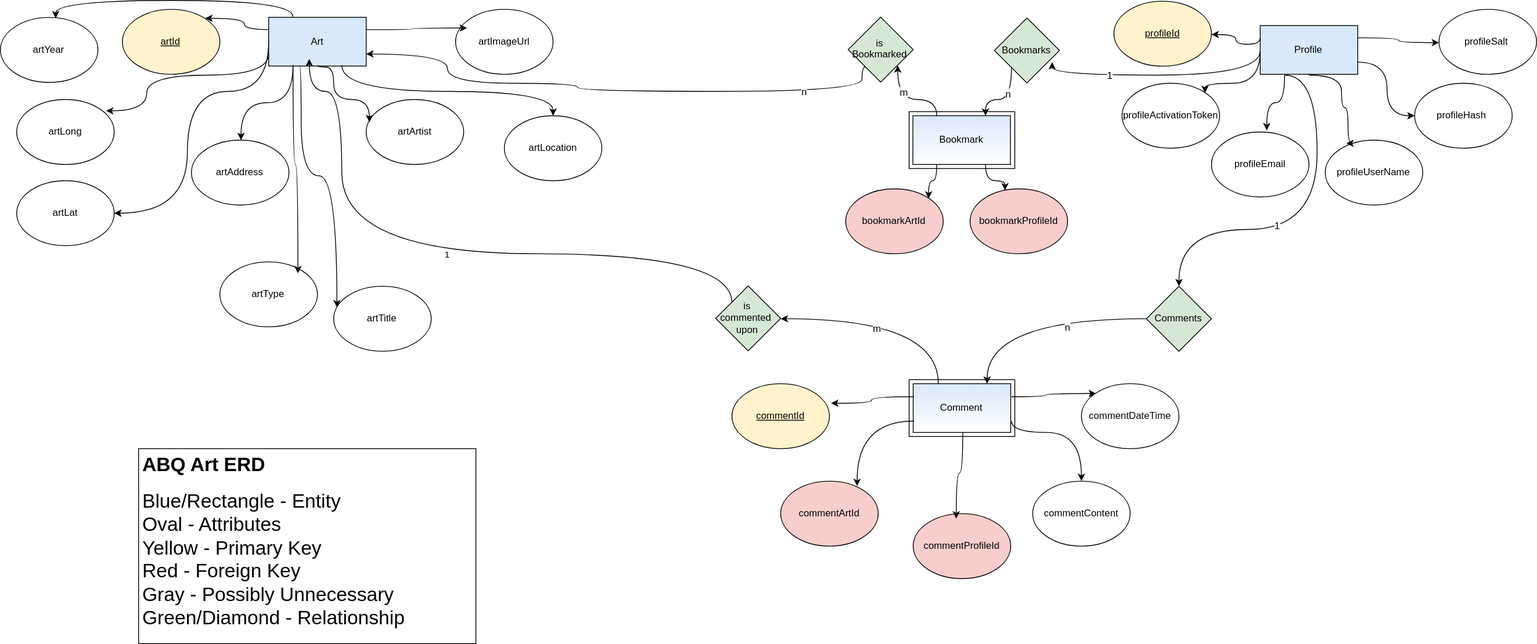
The draw.io diagram epic/erd.svg in samanthaandrews/abq-street-art, before a commit. Source tidied: cells renumbered, new cells last; positions are measured from the earlier drawing's top-left corner, leaving out a move shared by most shapes.
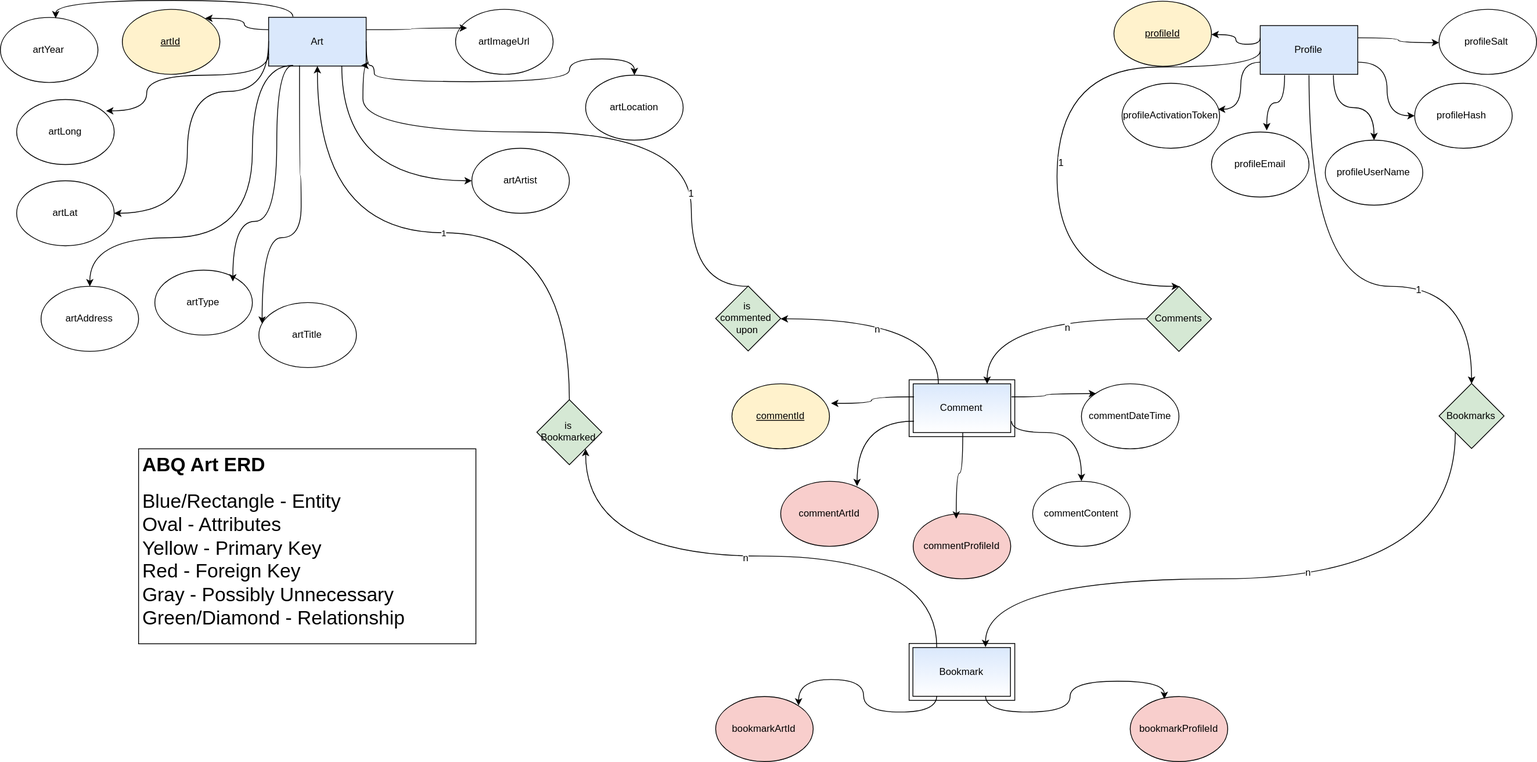
Above is the later version.

Commit message:
updated relationships on erd

Change to the diagram source:
```diff
@@ -5,3 +5,3 @@
     <mxCell id="2" value="Bookmark" style="rounded=0;whiteSpace=wrap;html=1;fillColor=#dae8fc;strokeColor=#000000;gradientColor=#ffffff;strokeWidth=1;" parent="1" vertex="1">
-      <mxGeometry x="1122.7" y="141" width="120" height="60" as="geometry" />
+      <mxGeometry x="1122.7" y="795.6" width="120" height="60" as="geometry" />
     </mxCell>
@@ -10,2 +10,31 @@
     </mxCell>
+    <mxCell id="35" style="edgeStyle=orthogonalEdgeStyle;curved=1;html=1;exitX=0;exitY=0.75;entryX=0.985;entryY=0.405;entryPerimeter=0;jettySize=auto;strokeColor=#000000;strokeWidth=1;" parent="1" edge="1" source="4" target="20">
+      <mxGeometry relative="1" as="geometry" />
+    </mxCell>
+    <mxCell id="57" style="edgeStyle=orthogonalEdgeStyle;curved=1;html=1;exitX=0;exitY=0.5;entryX=0.5;entryY=0;jettySize=auto;strokeColor=#000000;strokeWidth=1;" parent="1" edge="1" source="4" target="30">
+      <mxGeometry relative="1" as="geometry">
+        <Array as="points">
+          <mxPoint x="1550" y="81" />
+          <mxPoint x="1300" y="81" />
+          <mxPoint x="1300" y="351" />
+        </Array>
+      </mxGeometry>
+    </mxCell>
+    <mxCell id="74" value="1" style="text;html=1;align=center;verticalAlign=middle;labelBackgroundColor=#ffffff;" parent="57" vertex="1">
+      <mxGeometry x="0.12" y="4" relative="1" as="geometry" />
+    </mxCell>
+    <mxCell id="37" style="edgeStyle=orthogonalEdgeStyle;curved=1;html=1;exitX=0.75;exitY=1;entryX=0.5;entryY=0;jettySize=auto;strokeColor=#000000;strokeWidth=1;" parent="1" edge="1" source="4" target="17">
+      <mxGeometry relative="1" as="geometry" />
+    </mxCell>
+    <mxCell id="40" style="edgeStyle=orthogonalEdgeStyle;curved=1;html=1;exitX=0.5;exitY=1;entryX=0.5;entryY=0;jettySize=auto;strokeColor=#000000;strokeWidth=1;" parent="1" edge="1" source="4" target="29">
+      <mxGeometry relative="1" as="geometry">
+        <Array as="points">
+          <mxPoint x="1610" y="351" />
+          <mxPoint x="1810" y="351" />
+        </Array>
+      </mxGeometry>
+    </mxCell>
+    <mxCell id="75" value="1" style="text;html=1;align=center;verticalAlign=middle;labelBackgroundColor=#ffffff;" parent="40" vertex="1">
+      <mxGeometry x="0.36" y="-3" relative="1" as="geometry" />
+    </mxCell>
     <mxCell id="4" value="Profile" style="rounded=0;whiteSpace=wrap;html=1;fillColor=#dae8fc;strokeColor=#000000;strokeWidth=1;" parent="1" vertex="1">
@@ -13,2 +42,5 @@
     </mxCell>
+    <mxCell id="50" style="edgeStyle=orthogonalEdgeStyle;curved=1;html=1;exitX=0.75;exitY=1;entryX=0;entryY=0.5;jettySize=auto;strokeColor=#000000;strokeWidth=1;" parent="1" edge="1" source="5" target="15">
+      <mxGeometry relative="1" as="geometry" />
+    </mxCell>
     <mxCell id="5" value="Art" style="rounded=0;whiteSpace=wrap;html=1;fillColor=#dae8fc;strokeColor=#000000;strokeWidth=1;" parent="1" vertex="1">
@@ -17,3 +49,3 @@
     <mxCell id="6" value="artLocation" style="ellipse;whiteSpace=wrap;html=1;gradientColor=#ffffff;strokeColor=#000000;strokeWidth=1;" parent="1" vertex="1">
-      <mxGeometry x="620" y="141" width="120" height="80" as="geometry" />
+      <mxGeometry x="720" y="91" width="120" height="80" as="geometry" />
     </mxCell>
@@ -29,6 +61,6 @@
     <mxCell id="10" value="artAddress" style="ellipse;whiteSpace=wrap;html=1;gradientColor=#ffffff;strokeColor=#000000;strokeWidth=1;" parent="1" vertex="1">
-      <mxGeometry x="235" y="171" width="120" height="80" as="geometry" />
+      <mxGeometry x="50" y="351" width="120" height="80" as="geometry" />
     </mxCell>
     <mxCell id="11" value="artTitle" style="ellipse;whiteSpace=wrap;html=1;gradientColor=#ffffff;strokeColor=#000000;strokeWidth=1;" parent="1" vertex="1">
-      <mxGeometry x="410" y="350.8" width="120" height="80" as="geometry" />
+      <mxGeometry x="318" y="370.8" width="120" height="80" as="geometry" />
     </mxCell>
@@ -38,3 +70,3 @@
     <mxCell id="13" value="artType" style="ellipse;whiteSpace=wrap;html=1;gradientColor=#ffffff;strokeColor=#000000;strokeWidth=1;" parent="1" vertex="1">
-      <mxGeometry x="270" y="321" width="120" height="80" as="geometry" />
+      <mxGeometry x="190" y="331" width="120" height="80" as="geometry" />
     </mxCell>
@@ -44,3 +76,3 @@
     <mxCell id="15" value="artArtist" style="ellipse;whiteSpace=wrap;html=1;gradientColor=#ffffff;strokeColor=#000000;strokeWidth=1;" parent="1" vertex="1">
-      <mxGeometry x="450" y="121" width="120" height="80" as="geometry" />
+      <mxGeometry x="580" y="181" width="120" height="80" as="geometry" />
     </mxCell>
@@ -53,6 +85,6 @@
     <mxCell id="18" value="bookmarkProfileId" style="ellipse;whiteSpace=wrap;html=1;fillColor=#f8cecc;strokeColor=#000000;strokeWidth=1;" parent="1" vertex="1">
-      <mxGeometry x="1192.7" y="231" width="120" height="80" as="geometry" />
+      <mxGeometry x="1389.7" y="856" width="120" height="80" as="geometry" />
     </mxCell>
     <mxCell id="19" value="bookmarkArtId" style="ellipse;whiteSpace=wrap;html=1;fillColor=#f8cecc;strokeColor=#000000;strokeWidth=1;" parent="1" vertex="1">
-      <mxGeometry x="1040" y="230.7" width="120" height="80" as="geometry" />
+      <mxGeometry x="880" y="855.7" width="120" height="80" as="geometry" />
     </mxCell>
@@ -86,3 +118,3 @@
     <mxCell id="29" value="Bookmarks" style="rhombus;whiteSpace=wrap;html=1;fillColor=#d5e8d4;strokeColor=#000000;strokeWidth=1;" parent="1" vertex="1">
-      <mxGeometry x="1223" y="20.6" width="80" height="80" as="geometry" />
+      <mxGeometry x="1770" y="470.6" width="80" height="80" as="geometry" />
     </mxCell>
@@ -91,2 +123,14 @@
     </mxCell>
+    <mxCell id="76" style="edgeStyle=orthogonalEdgeStyle;curved=1;html=1;exitX=0.5;exitY=0;entryX=0.957;entryY=0.973;entryPerimeter=0;jettySize=auto;strokeColor=#000000;strokeWidth=1;" parent="1" edge="1" source="31" target="5">
+      <mxGeometry relative="1" as="geometry">
+        <Array as="points">
+          <mxPoint x="850" y="351" />
+          <mxPoint x="850" y="161" />
+          <mxPoint x="445" y="161" />
+        </Array>
+      </mxGeometry>
+    </mxCell>
+    <mxCell id="77" value="1" style="text;html=1;align=center;verticalAlign=middle;labelBackgroundColor=#ffffff;" parent="76" vertex="1">
+      <mxGeometry x="-0.5" y="1" relative="1" as="geometry" />
+    </mxCell>
     <mxCell id="31" value="is commented&amp;nbsp;&lt;div&gt;upon&lt;/div&gt;" style="rhombus;whiteSpace=wrap;html=1;fillColor=#d5e8d4;strokeColor=#000000;strokeWidth=1;" parent="1" vertex="1">
@@ -94,4 +138,7 @@
     </mxCell>
+    <mxCell id="78" value="1" style="edgeStyle=orthogonalEdgeStyle;curved=1;html=1;exitX=0.5;exitY=0;jettySize=auto;strokeColor=#000000;strokeWidth=1;" parent="1" edge="1" source="32" target="5">
+      <mxGeometry relative="1" as="geometry" />
+    </mxCell>
     <mxCell id="32" value="is Bookmarked" style="rhombus;whiteSpace=wrap;html=1;fillColor=#d5e8d4;strokeColor=#000000;strokeWidth=1;" parent="1" vertex="1">
-      <mxGeometry x="1043" y="19.6" width="80" height="80" as="geometry" />
+      <mxGeometry x="660" y="490.6" width="80" height="80" as="geometry" />
     </mxCell>
@@ -109,10 +156,2 @@
     </mxCell>
-    <mxCell id="35" style="edgeStyle=orthogonalEdgeStyle;html=1;exitX=0;exitY=0.5;entryX=1;entryY=0;jettySize=auto;strokeColor=#000000;strokeWidth=1;curved=1;" parent="1" edge="1" source="4" target="20">
-      <mxGeometry relative="1" as="geometry">
-        <Array as="points">
-          <mxPoint x="1550" y="101" />
-          <mxPoint x="1482" y="101" />
-        </Array>
-      </mxGeometry>
-    </mxCell>
     <mxCell id="36" style="edgeStyle=orthogonalEdgeStyle;html=1;exitX=0.25;exitY=1;entryX=0.573;entryY=-0.025;entryPerimeter=0;jettySize=auto;strokeColor=#000000;strokeWidth=1;curved=1;" parent="1" edge="1" source="4" target="22">
@@ -120,11 +159,2 @@
     </mxCell>
-    <mxCell id="37" style="edgeStyle=orthogonalEdgeStyle;html=1;exitX=0.5;exitY=1;entryX=0.223;entryY=0.05;entryPerimeter=0;jettySize=auto;strokeColor=#000000;strokeWidth=1;curved=1;" parent="1" edge="1" source="4" target="17">
-      <mxGeometry relative="1" as="geometry">
-        <Array as="points">
-          <mxPoint x="1650" y="90" />
-          <mxPoint x="1650" y="131" />
-          <mxPoint x="1657" y="131" />
-        </Array>
-      </mxGeometry>
-    </mxCell>
     <mxCell id="38" style="edgeStyle=orthogonalEdgeStyle;html=1;exitX=1;exitY=0.75;entryX=0;entryY=0.5;jettySize=auto;strokeColor=#000000;strokeWidth=1;curved=1;" parent="1" edge="1" source="4" target="21">
@@ -135,19 +165,13 @@
     </mxCell>
-    <mxCell id="40" style="edgeStyle=orthogonalEdgeStyle;html=1;exitX=0;exitY=0.5;entryX=0.875;entryY=0.68;entryPerimeter=0;jettySize=auto;strokeColor=#000000;strokeWidth=1;curved=1;" parent="1" edge="1" source="4" target="29">
-      <mxGeometry relative="1" as="geometry">
-        <Array as="points">
-          <mxPoint x="1550" y="91" />
-          <mxPoint x="1293" y="91" />
-        </Array>
-      </mxGeometry>
-    </mxCell>
-    <mxCell id="41" value="1" style="text;html=1;align=center;verticalAlign=middle;labelBackgroundColor=#ffffff;" parent="40" vertex="1">
-      <mxGeometry x="0.42" y="-1" relative="1" as="geometry" />
-    </mxCell>
     <mxCell id="42" style="edgeStyle=orthogonalEdgeStyle;html=1;exitX=0;exitY=1;entryX=0.75;entryY=0;jettySize=auto;strokeColor=#000000;strokeWidth=1;curved=1;" parent="1" edge="1" source="29" target="2">
-      <mxGeometry relative="1" as="geometry" />
+      <mxGeometry relative="1" as="geometry">
+        <Array as="points">
+          <mxPoint x="1790" y="711" />
+          <mxPoint x="1212" y="711" />
+        </Array>
+      </mxGeometry>
     </mxCell>
-    <mxCell id="43" value="n" style="text;html=1;align=center;verticalAlign=middle;labelBackgroundColor=#ffffff;" parent="42" vertex="1">
-      <mxGeometry x="-0.31" y="-5" relative="1" as="geometry" />
-    </mxCell>
+    <mxCell id="79" value="n" style="text;html=1;align=center;verticalAlign=middle;labelBackgroundColor=#ffffff;" parent="42" vertex="1">
+      <mxGeometry x="-0.14" y="-9" relative="1" as="geometry" />
+    </mxCell>
     <mxCell id="44" style="edgeStyle=orthogonalEdgeStyle;html=1;exitX=0.25;exitY=0;entryX=1;entryY=1;jettySize=auto;strokeColor=#000000;strokeWidth=1;curved=1;" parent="1" edge="1" source="2" target="32">
@@ -155,21 +179,5 @@
     </mxCell>
-    <mxCell id="45" value="m" style="text;html=1;align=center;verticalAlign=middle;labelBackgroundColor=#ffffff;" parent="44" vertex="1">
-      <mxGeometry x="0.42" y="-7" relative="1" as="geometry" />
-    </mxCell>
-    <mxCell id="46" style="edgeStyle=orthogonalEdgeStyle;html=1;entryX=1;entryY=0.75;jettySize=auto;strokeColor=#000000;strokeWidth=1;curved=1;" parent="1" edge="1" target="5">
-      <mxGeometry relative="1" as="geometry">
-        <mxPoint x="1064" y="81" as="sourcePoint" />
-        <Array as="points">
-          <mxPoint x="1060" y="81" />
-          <mxPoint x="1060" y="111" />
-          <mxPoint x="710" y="111" />
-          <mxPoint x="710" y="101" />
-          <mxPoint x="550" y="101" />
-          <mxPoint x="550" y="65" />
-        </Array>
-      </mxGeometry>
-    </mxCell>
-    <mxCell id="47" value="n" style="text;html=1;align=center;verticalAlign=middle;labelBackgroundColor=#ffffff;" parent="46" vertex="1">
-      <mxGeometry x="-0.69" y="-1" relative="1" as="geometry" />
-    </mxCell>
+    <mxCell id="80" value="n" style="text;html=1;align=center;verticalAlign=middle;labelBackgroundColor=#ffffff;" parent="44" vertex="1">
+      <mxGeometry x="0.03" y="1" relative="1" as="geometry" />
+    </mxCell>
     <mxCell id="48" style="edgeStyle=orthogonalEdgeStyle;html=1;exitX=1;exitY=0.25;entryX=0.117;entryY=0.275;entryPerimeter=0;jettySize=auto;strokeColor=#000000;strokeWidth=1;curved=1;" parent="1" edge="1" source="5" target="8">
@@ -177,14 +185,14 @@
     </mxCell>
-    <mxCell id="49" style="edgeStyle=orthogonalEdgeStyle;html=1;exitX=0.75;exitY=1;entryX=0.5;entryY=0;jettySize=auto;strokeColor=#000000;strokeWidth=1;curved=1;" parent="1" edge="1" source="5" target="6">
-      <mxGeometry relative="1" as="geometry" />
+    <mxCell id="49" style="edgeStyle=orthogonalEdgeStyle;html=1;entryX=0.5;entryY=0;jettySize=auto;strokeColor=#000000;strokeWidth=1;curved=1;" parent="1" edge="1" target="6">
+      <mxGeometry relative="1" as="geometry">
+        <mxPoint x="450" y="49" as="sourcePoint" />
+        <Array as="points">
+          <mxPoint x="460" y="79" />
+          <mxPoint x="460" y="99" />
+          <mxPoint x="700" y="99" />
+          <mxPoint x="700" y="71" />
+          <mxPoint x="780" y="71" />
+        </Array>
+      </mxGeometry>
     </mxCell>
-    <mxCell id="50" style="edgeStyle=orthogonalEdgeStyle;html=1;exitX=0.5;exitY=1;entryX=0.033;entryY=0.35;entryPerimeter=0;jettySize=auto;curved=1;strokeColor=#000000;strokeWidth=1;" parent="1" edge="1" source="5" target="15">
-      <mxGeometry relative="1" as="geometry">
-        <Array as="points">
-          <mxPoint x="410" y="80" />
-          <mxPoint x="410" y="121" />
-          <mxPoint x="454" y="121" />
-        </Array>
-      </mxGeometry>
-    </mxCell>
     <mxCell id="51" style="edgeStyle=orthogonalEdgeStyle;html=1;exitX=0;exitY=0.5;jettySize=auto;strokeColor=#000000;strokeWidth=1;curved=1;" parent="1" edge="1" source="5" target="12">
@@ -218,14 +226,2 @@
     </mxCell>
-    <mxCell id="57" style="edgeStyle=orthogonalEdgeStyle;html=1;exitX=0.25;exitY=1;entryX=0.5;entryY=0;jettySize=auto;strokeColor=#000000;strokeWidth=1;curved=1;" parent="1" edge="1" source="4" target="30">
-      <mxGeometry relative="1" as="geometry">
-        <Array as="points">
-          <mxPoint x="1620" y="90" />
-          <mxPoint x="1620" y="281" />
-          <mxPoint x="1450" y="281" />
-        </Array>
-      </mxGeometry>
-    </mxCell>
-    <mxCell id="58" value="1" style="text;html=1;align=center;verticalAlign=middle;labelBackgroundColor=#ffffff;" parent="57" vertex="1">
-      <mxGeometry x="0.19" y="-6" relative="1" as="geometry" />
-    </mxCell>
     <mxCell id="59" style="edgeStyle=orthogonalEdgeStyle;html=1;exitX=0;exitY=0.5;entryX=0.75;entryY=0;jettySize=auto;strokeColor=#000000;strokeWidth=1;curved=1;" parent="1" edge="1" source="30" target="3">
@@ -259,3 +255,3 @@
     </mxCell>
-    <mxCell id="67" value="m" style="text;html=1;align=center;verticalAlign=middle;labelBackgroundColor=#ffffff;" parent="66" vertex="1">
+    <mxCell id="67" value="n" style="text;html=1;align=center;verticalAlign=middle;labelBackgroundColor=#ffffff;" parent="66" vertex="1">
       <mxGeometry x="0.13" y="11" relative="1" as="geometry" />
@@ -263,3 +259,9 @@
     <mxCell id="68" style="edgeStyle=orthogonalEdgeStyle;curved=1;html=1;exitX=0.25;exitY=1;entryX=0.798;entryY=0.175;entryPerimeter=0;jettySize=auto;strokeColor=#000000;strokeWidth=1;" parent="1" edge="1" source="5" target="13">
-      <mxGeometry relative="1" as="geometry" />
+      <mxGeometry relative="1" as="geometry">
+        <Array as="points">
+          <mxPoint x="340" y="79" />
+          <mxPoint x="340" y="271" />
+          <mxPoint x="286" y="271" />
+        </Array>
+      </mxGeometry>
     </mxCell>
@@ -268,4 +270,6 @@
         <Array as="points">
-          <mxPoint x="369" y="215" />
-          <mxPoint x="414" y="215" />
+          <mxPoint x="368" y="215" />
+          <mxPoint x="370" y="215" />
+          <mxPoint x="370" y="291" />
+          <mxPoint x="322" y="291" />
         </Array>
@@ -273,15 +277,10 @@
     </mxCell>
-    <mxCell id="70" value="1" style="edgeStyle=orthogonalEdgeStyle;curved=1;html=1;exitX=0;exitY=0;jettySize=auto;strokeColor=#000000;strokeWidth=1;" parent="1" edge="1" source="31">
-      <mxGeometry relative="1" as="geometry">
-        <mxPoint x="380" y="71" as="targetPoint" />
-        <Array as="points">
-          <mxPoint x="900" y="311" />
-          <mxPoint x="420" y="311" />
-          <mxPoint x="420" y="111" />
-          <mxPoint x="380" y="111" />
-        </Array>
-      </mxGeometry>
-    </mxCell>
     <mxCell id="71" style="edgeStyle=orthogonalEdgeStyle;curved=1;html=1;exitX=0.25;exitY=1;entryX=0.5;entryY=0;jettySize=auto;strokeColor=#000000;strokeWidth=1;" parent="1" edge="1" source="5" target="10">
-      <mxGeometry relative="1" as="geometry" />
+      <mxGeometry relative="1" as="geometry">
+        <Array as="points">
+          <mxPoint x="310" y="79" />
+          <mxPoint x="310" y="291" />
+          <mxPoint x="110" y="291" />
+        </Array>
+      </mxGeometry>
     </mxCell>
@@ -291,3 +290,3 @@
     <mxCell id="73" style="rounded=0;whiteSpace=wrap;html=1;shadow=0;strokeColor=#000000;strokeWidth=1;fillColor=none;" parent="1" vertex="1">
-      <mxGeometry x="1118" y="136" width="130" height="70" as="geometry" />
+      <mxGeometry x="1118" y="790.6" width="130" height="70" as="geometry" />
     </mxCell>
```
